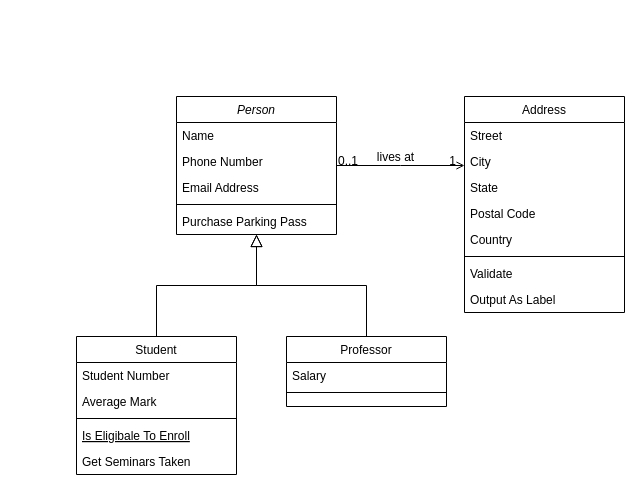
The draw.io diagram Untitled Diagram.drawio in giuliacangani02/Informatica1, before the edit. Source tidied: cells renumbered, new cells numbered last; positions are measured from the earlier drawing's top-left corner, leaving out a move shared by most shapes. Both pictures are drawn from the tidied source at 100%, with x=0, y=0 at pixel (76, 96).
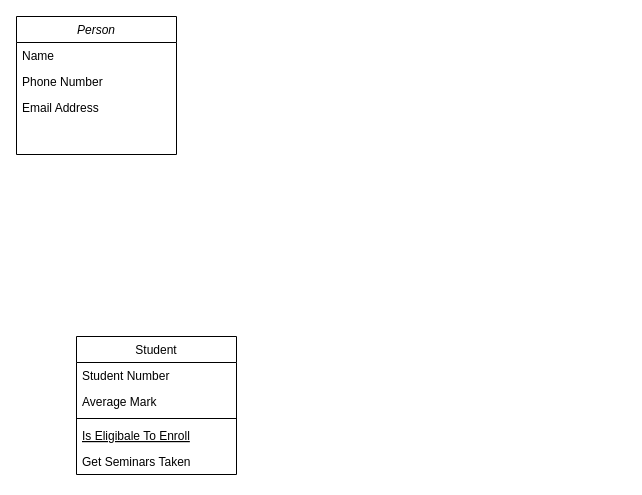
Above is the later version.

The change refers to these unchanged cells:
```xml
<mxCell id="8" value="Student" style="swimlane;fontStyle=0;align=center;verticalAlign=top;horizontal=1;startSize=26;rounded=0;shadow=0;strokeWidth=1;" parent="1" vertex="1">
  <mxGeometry y="240" width="160" height="138" as="geometry" />
</mxCell>
```

What changed in the source:
```diff
@@
     <mxCell id="2" value="Person" style="swimlane;fontStyle=2;align=center;verticalAlign=top;horizontal=1;startSize=26;rounded=0;shadow=0;strokeWidth=1;" parent="1" vertex="1">
-      <mxGeometry x="100" width="160" height="138" as="geometry" />
+      <mxGeometry x="-60" y="-80" width="160" height="138" as="geometry" />
     </mxCell>
@@
-    <mxCell id="6" style="line;html=1;strokeWidth=1;align=left;verticalAlign=middle;spacingTop=-1;spacingLeft=3;spacingRight=3;labelPosition=right;" parent="2" vertex="1">
-      <mxGeometry y="104" width="160" height="8" as="geometry" />
-    </mxCell>
-    <mxCell id="7" value="Purchase Parking Pass" style="text;align=left;verticalAlign=top;spacingLeft=4;spacingRight=4;overflow=hidden;" parent="2" vertex="1">
-      <mxGeometry y="112" width="160" height="26" as="geometry" />
-    </mxCell>
@@
-    <mxCell id="14" style="endArrow=block;endSize=10;endFill=0;shadow=0;strokeWidth=1;rounded=0;edgeStyle=elbowEdgeStyle;elbow=vertical;" parent="1" edge="1" source="8" target="2">
-      <mxGeometry relative="1" as="geometry" />
-    </mxCell>
-    <mxCell id="15" value="Professor" style="swimlane;fontStyle=0;align=center;verticalAlign=top;horizontal=1;startSize=26;rounded=0;shadow=0;strokeWidth=1;" parent="1" vertex="1">
-      <mxGeometry x="210" y="240" width="160" height="70" as="geometry" />
-    </mxCell>
-    <mxCell id="16" value="Salary" style="text;align=left;verticalAlign=top;spacingLeft=4;spacingRight=4;overflow=hidden;" parent="15" vertex="1">
-      <mxGeometry y="26" width="160" height="26" as="geometry" />
-    </mxCell>
-    <mxCell id="17" style="line;html=1;strokeWidth=1;align=left;verticalAlign=middle;spacingTop=-1;spacingLeft=3;spacingRight=3;labelPosition=right;" parent="15" vertex="1">
-      <mxGeometry y="52" width="160" height="8" as="geometry" />
-    </mxCell>
-    <mxCell id="18" style="endArrow=block;endSize=10;endFill=0;shadow=0;strokeWidth=1;rounded=0;edgeStyle=elbowEdgeStyle;elbow=vertical;" parent="1" edge="1" source="15" target="2">
-      <mxGeometry relative="1" as="geometry" />
-    </mxCell>
-    <mxCell id="19" value="Address" style="swimlane;fontStyle=0;align=center;verticalAlign=top;horizontal=1;startSize=26;rounded=0;shadow=0;strokeWidth=1;" parent="1" vertex="1">
-      <mxGeometry x="388" width="160" height="216" as="geometry" />
-    </mxCell>
-    <mxCell id="20" value="Street" style="text;align=left;verticalAlign=top;spacingLeft=4;spacingRight=4;overflow=hidden;" parent="19" vertex="1">
-      <mxGeometry y="26" width="160" height="26" as="geometry" />
-    </mxCell>
-    <mxCell id="21" value="City" style="text;align=left;verticalAlign=top;spacingLeft=4;spacingRight=4;overflow=hidden;rounded=0;shadow=0;html=0;" parent="19" vertex="1">
-      <mxGeometry y="52" width="160" height="26" as="geometry" />
-    </mxCell>
-    <mxCell id="22" value="State" style="text;align=left;verticalAlign=top;spacingLeft=4;spacingRight=4;overflow=hidden;rounded=0;shadow=0;html=0;" parent="19" vertex="1">
-      <mxGeometry y="78" width="160" height="26" as="geometry" />
-    </mxCell>
-    <mxCell id="23" value="Postal Code" style="text;align=left;verticalAlign=top;spacingLeft=4;spacingRight=4;overflow=hidden;rounded=0;shadow=0;html=0;" parent="19" vertex="1">
-      <mxGeometry y="104" width="160" height="26" as="geometry" />
-    </mxCell>
-    <mxCell id="24" value="Country" style="text;align=left;verticalAlign=top;spacingLeft=4;spacingRight=4;overflow=hidden;rounded=0;shadow=0;html=0;" parent="19" vertex="1">
-      <mxGeometry y="130" width="160" height="26" as="geometry" />
-    </mxCell>
-    <mxCell id="25" style="line;html=1;strokeWidth=1;align=left;verticalAlign=middle;spacingTop=-1;spacingLeft=3;spacingRight=3;labelPosition=right;" parent="19" vertex="1">
-      <mxGeometry y="156" width="160" height="8" as="geometry" />
-    </mxCell>
-    <mxCell id="26" value="Validate" style="text;align=left;verticalAlign=top;spacingLeft=4;spacingRight=4;overflow=hidden;" parent="19" vertex="1">
-      <mxGeometry y="164" width="160" height="26" as="geometry" />
-    </mxCell>
-    <mxCell id="27" value="Output As Label" style="text;align=left;verticalAlign=top;spacingLeft=4;spacingRight=4;overflow=hidden;" parent="19" vertex="1">
-      <mxGeometry y="190" width="160" height="26" as="geometry" />
-    </mxCell>
-    <mxCell id="28" style="endArrow=open;shadow=0;strokeWidth=1;rounded=0;endFill=1;edgeStyle=elbowEdgeStyle;elbow=vertical;" parent="1" edge="1" source="2" target="19">
-      <mxGeometry x="0.5" y="41" relative="1" as="geometry">
-        <mxPoint x="-40" y="32" as="offset" />
-      </mxGeometry>
-    </mxCell>
-    <mxCell id="29" value="0..1" style="align=left;verticalAlign=bottom;labelBackgroundColor=none;fontSize=12;" parent="28" vertex="1">
-      <mxGeometry x="-1" relative="1" as="geometry">
-        <mxPoint y="4" as="offset" />
-      </mxGeometry>
-    </mxCell>
-    <mxCell id="30" value="1" style="align=right;verticalAlign=bottom;labelBackgroundColor=none;fontSize=12;" parent="28" vertex="1">
-      <mxGeometry x="1" relative="1" as="geometry">
-        <mxPoint x="-7" y="4" as="offset" />
-      </mxGeometry>
-    </mxCell>
-    <mxCell id="31" value="lives at" style="text;html=1;align=center;verticalAlign=middle;labelBackgroundColor=none;rounded=0;shadow=0;strokeWidth=1;fontSize=12;" parent="28" vertex="1">
-      <mxGeometry x="0.5" y="49" relative="1" as="geometry">
-        <mxPoint x="-38" y="40" as="offset" />
-      </mxGeometry>
-    </mxCell>
```
